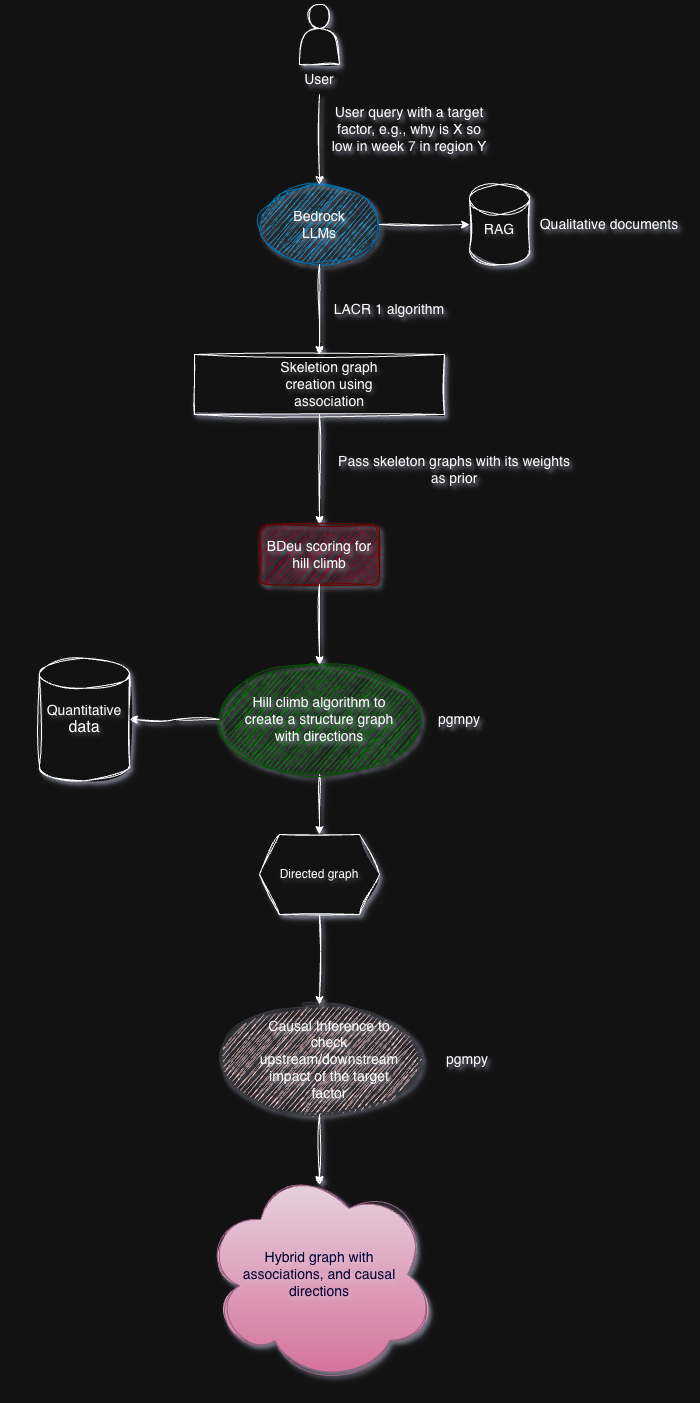
The draw.io diagram docs/causalif_flow_arch.png in awslabs/causalif, before a commit. Source tidied: cells renumbered, new cells last; positions are measured from the earlier drawing's top-left corner, leaving out a move shared by most shapes.
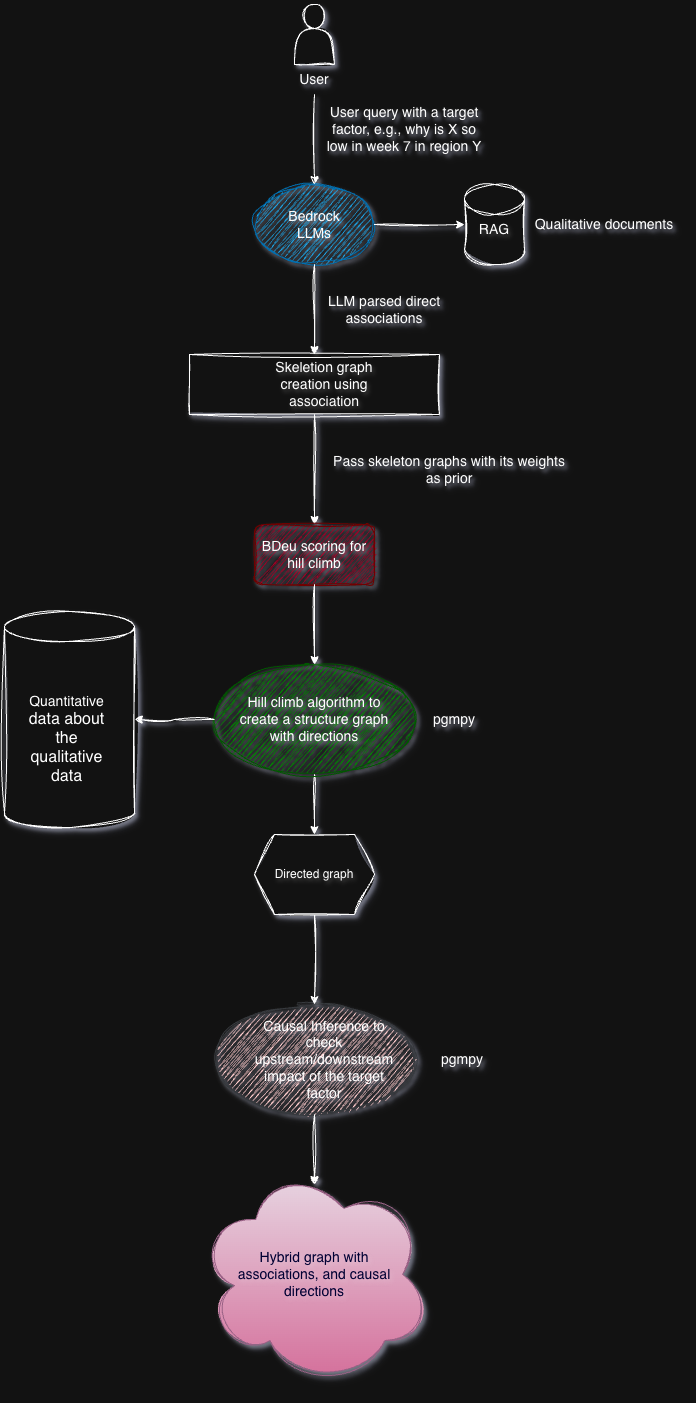
Later version of the same file.

The edit, as a diff of the source:
```diff
@@ -39,7 +39,7 @@
     <mxCell id="12" value="&lt;font style=&quot;font-size: 14px;&quot;&gt;Bedrock LLMs&lt;/font&gt;" style="text;html=1;whiteSpace=wrap;strokeColor=none;fillColor=none;align=center;verticalAlign=middle;rounded=0;textShadow=1;sketch=1;curveFitting=1;jiggle=2;shadow=1;" parent="1" vertex="1">
       <mxGeometry x="285" y="205" width="60" height="30" as="geometry" />
     </mxCell>
-    <mxCell id="13" value="&lt;font style=&quot;font-size: 14px;&quot;&gt;LACR 1 algorithm&lt;/font&gt;" style="text;html=1;whiteSpace=wrap;strokeColor=none;fillColor=none;align=center;verticalAlign=middle;rounded=0;textShadow=1;sketch=1;curveFitting=1;jiggle=2;shadow=1;" parent="1" vertex="1">
+    <mxCell id="13" value="&lt;font style=&quot;font-size: 14px;&quot;&gt;LLM parsed direct associations&lt;/font&gt;" style="text;html=1;whiteSpace=wrap;strokeColor=none;fillColor=none;align=center;verticalAlign=middle;rounded=0;textShadow=1;sketch=1;curveFitting=1;jiggle=2;shadow=1;" parent="1" vertex="1">
       <mxGeometry x="305" y="290" width="160" height="30" as="geometry" />
     </mxCell>
     <mxCell id="14" style="edgeStyle=orthogonalEdgeStyle;rounded=0;jettySize=auto;html=1;entryX=0.5;entryY=0;entryDx=0;entryDy=0;textShadow=1;sketch=1;curveFitting=1;jiggle=2;shadow=1;" parent="1" edge="1" source="6" target="15">
@@ -86,7 +86,7 @@
       <mxGeometry x="525" y="205" width="160" height="30" as="geometry" />
     </mxCell>
     <mxCell id="27" style="shape=cylinder3;whiteSpace=wrap;html=1;boundedLbl=1;backgroundOutline=1;size=15;textShadow=1;sketch=1;curveFitting=1;jiggle=2;shadow=1;" parent="1" vertex="1">
-      <mxGeometry x="35" y="653.8" width="90" height="122.5" as="geometry" />
+      <mxGeometry x="5" y="606.9" width="130" height="216.2" as="geometry" />
     </mxCell>
     <mxCell id="28" style="edgeStyle=orthogonalEdgeStyle;rounded=0;jettySize=auto;html=1;textShadow=1;sketch=1;curveFitting=1;jiggle=2;shadow=1;" parent="1" edge="1" target="27">
       <mxGeometry relative="1" as="geometry">
@@ -99,9 +99,6 @@
     <mxCell id="30" value="&lt;font style=&quot;font-size: 14px;&quot;&gt;pgmpy&lt;/font&gt;" style="text;html=1;whiteSpace=wrap;strokeColor=none;fillColor=none;align=center;verticalAlign=middle;rounded=0;textShadow=1;sketch=1;curveFitting=1;jiggle=2;shadow=1;" parent="1" vertex="1">
       <mxGeometry x="425" y="700" width="60" height="30" as="geometry" />
     </mxCell>
-    <mxCell id="31" value="&lt;div&gt;&lt;font style=&quot;font-size: 14px;&quot;&gt;Quantitative&lt;/font&gt;&lt;/div&gt;&lt;div&gt;&lt;font size=&quot;3&quot;&gt;data&lt;/font&gt;&lt;/div&gt;" style="text;html=1;whiteSpace=wrap;strokeColor=none;fillColor=none;align=center;verticalAlign=middle;rounded=0;textShadow=1;sketch=1;curveFitting=1;jiggle=2;shadow=1;" parent="1" vertex="1">
-      <mxGeometry y="700" width="160" height="30" as="geometry" />
-    </mxCell>
     <mxCell id="32" value="&lt;font style=&quot;font-size: 14px; color: rgb(0, 0, 51);&quot;&gt;Hybrid graph with associations, and causal directions&lt;/font&gt;" style="text;html=1;whiteSpace=wrap;strokeColor=none;fillColor=none;align=center;verticalAlign=middle;rounded=0;textShadow=1;sketch=1;curveFitting=1;jiggle=2;shadow=1;" parent="1" vertex="1">
       <mxGeometry x="235" y="1247.5" width="160" height="45" as="geometry" />
     </mxCell>
@@ -111,5 +108,8 @@
     <mxCell id="34" value="&lt;font style=&quot;font-size: 14px;&quot;&gt;pgmpy&lt;/font&gt;" style="text;html=1;whiteSpace=wrap;strokeColor=none;fillColor=none;align=center;verticalAlign=middle;rounded=0;textShadow=1;sketch=1;curveFitting=1;jiggle=2;shadow=1;" parent="1" vertex="1">
       <mxGeometry x="432.5" y="1040" width="60" height="30" as="geometry" />
     </mxCell>
+    <mxCell id="35" value="&lt;div&gt;&lt;font style=&quot;font-size: 14px;&quot;&gt;Quantitative&lt;/font&gt;&lt;/div&gt;&lt;div&gt;&lt;font size=&quot;3&quot;&gt;data about the qualitative data&lt;/font&gt;&lt;/div&gt;" style="text;html=1;whiteSpace=wrap;strokeColor=none;fillColor=none;align=center;verticalAlign=middle;rounded=0;" parent="1" vertex="1">
+      <mxGeometry x="25" y="720" width="85" height="30" as="geometry" />
+    </mxCell>
   </root>
 </mxGraphModel>
```
